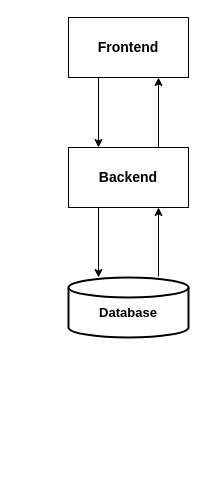
Above: diagrams/Arch.drawio in httpshahan/Pakistan-Stock-Exchange-Simulator (draw.io), before the change. Source tidied: cells renumbered, new cells numbered last; positions are measured from the earlier drawing's top-left corner, leaving out a move shared by most shapes. Both pictures are drawn from the tidied source at 100%, with x=0, y=0 at pixel (68, 17).
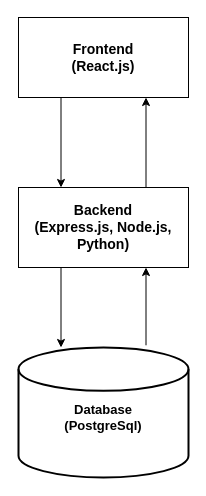
After the change.

What changed in the source:
```diff
@@
 <mxGraphModel>
   <root>
     <mxCell id="0" />
     <mxCell id="1" parent="0" />
-    <mxCell id="2" value="Database" style="strokeWidth=2;html=1;shape=mxgraph.flowchart.database;whiteSpace=wrap;fillColor=none;fontSize=13;fontStyle=1;spacingTop=9;" parent="1" vertex="1">
-      <mxGeometry y="260" width="120" height="60" as="geometry" />
+    <mxCell id="2" value="Database&lt;br&gt;(PostgreSql)" style="strokeWidth=2;html=1;shape=mxgraph.flowchart.database;whiteSpace=wrap;fillColor=none;fontSize=13;fontStyle=1;spacingTop=9;" parent="1" vertex="1">
+      <mxGeometry x="-50" y="330" width="170" height="130" as="geometry" />
     </mxCell>
     <mxCell id="3" style="edgeStyle=none;html=1;exitX=0.25;exitY=1;exitDx=0;exitDy=0;entryX=0.25;entryY=0;entryDx=0;entryDy=0;fontSize=13;" parent="1" edge="1" source="4" target="8">
       <mxGeometry relative="1" as="geometry" />
     </mxCell>
-    <mxCell id="4" value="Frontend" style="rounded=0;whiteSpace=wrap;html=1;fillColor=none;fontSize=14;fontStyle=1;" parent="1" vertex="1">
-      <mxGeometry width="120" height="60" as="geometry" />
+    <mxCell id="4" value="Frontend&lt;br&gt;(React.js)" style="rounded=0;whiteSpace=wrap;html=1;fillColor=none;fontSize=14;fontStyle=1;" parent="1" vertex="1">
+      <mxGeometry x="-50" width="170" height="80" as="geometry" />
     </mxCell>
     <mxCell id="5" style="edgeStyle=none;html=1;exitX=0.75;exitY=0;exitDx=0;exitDy=0;entryX=0.75;entryY=1;entryDx=0;entryDy=0;fontSize=13;" parent="1" edge="1" source="8" target="4">
       <mxGeometry relative="1" as="geometry" />
     </mxCell>
     <mxCell id="6" style="edgeStyle=none;html=1;exitX=0.25;exitY=1;exitDx=0;exitDy=0;entryX=0.25;entryY=0;entryDx=0;entryDy=0;entryPerimeter=0;fontSize=13;" parent="1" edge="1" source="8" target="2">
       <mxGeometry relative="1" as="geometry" />
     </mxCell>
     <mxCell id="7" style="edgeStyle=none;html=1;exitX=0.75;exitY=1;exitDx=0;exitDy=0;entryX=0.75;entryY=-0.017;entryDx=0;entryDy=0;entryPerimeter=0;fontSize=13;startArrow=classic;startFill=1;endArrow=none;endFill=0;" parent="1" edge="1" source="8" target="2">
       <mxGeometry relative="1" as="geometry" />
     </mxCell>
-    <mxCell id="8" value="Backend" style="rounded=0;whiteSpace=wrap;html=1;fillColor=none;fontSize=14;fontStyle=1;" parent="1" vertex="1">
-      <mxGeometry y="130" width="120" height="60" as="geometry" />
+    <mxCell id="8" value="Backend&lt;br&gt;(Express.js, Node.js, Python)" style="rounded=0;whiteSpace=wrap;html=1;fillColor=none;fontSize=14;fontStyle=1;" parent="1" vertex="1">
+      <mxGeometry x="-50" y="170" width="170" height="80" as="geometry" />
     </mxCell>
   </root>
 </mxGraphModel>
```
